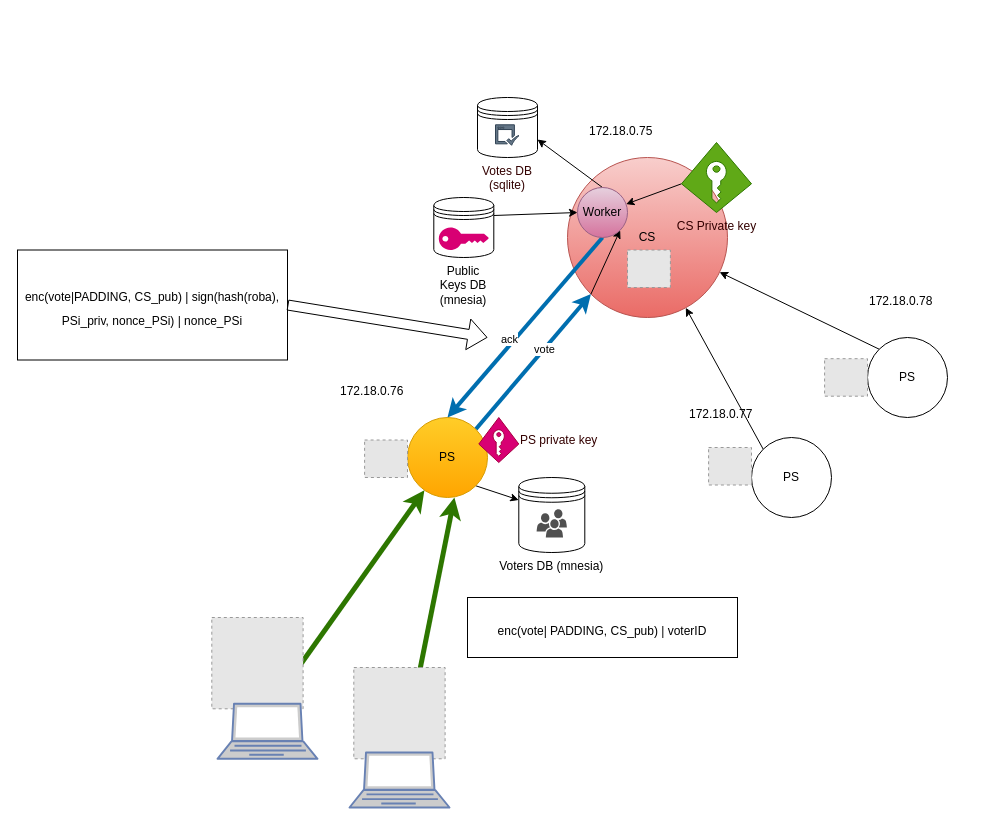
Before: page "Pagina-1" (1 of 2) of diagrams/DVoting_architecture.drawio in MPinna/DVoting, a draw.io diagram. Source tidied: cells renumbered, new cells numbered last; positions are measured from the earlier drawing's top-left corner, leaving out a move shared by most shapes. Both pictures are drawn from the tidied source at 100%, with x=0, y=0 at pixel (17, 97). Pictures stored in the file or linked from it are replaced by grey dashed boxes.
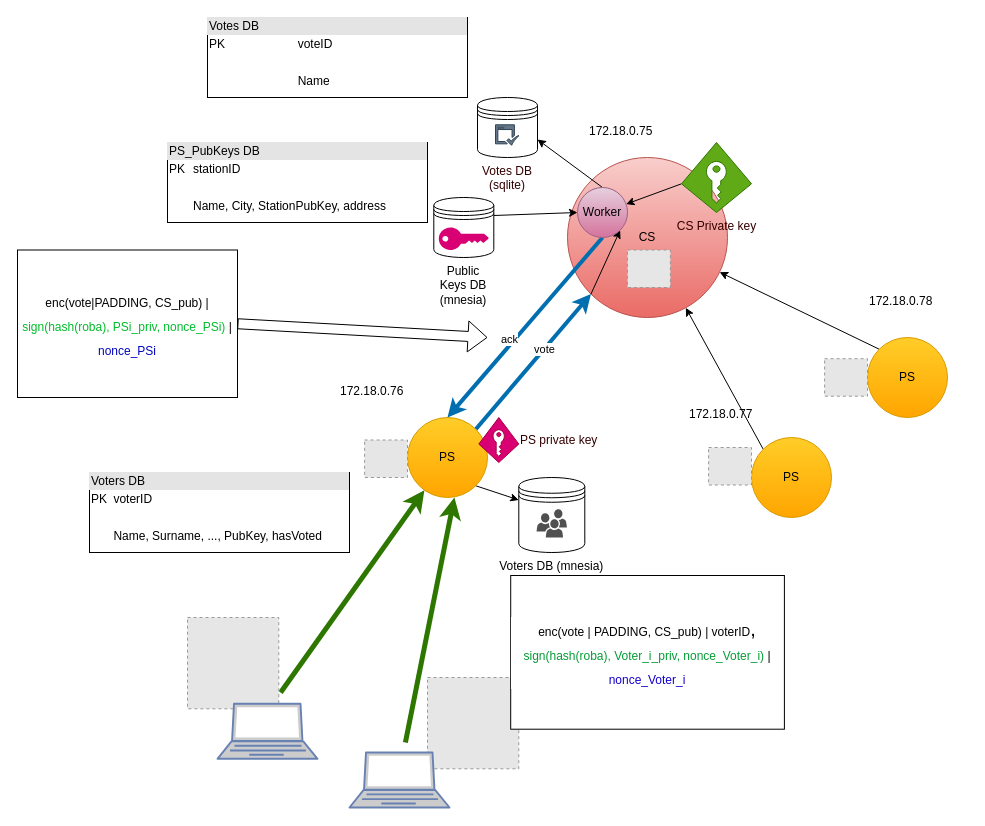
After the change.

Diff of the diagram source:
```diff
@@
-    <mxCell id="5" value="PS" style="ellipse;whiteSpace=wrap;html=1;" parent="1" vertex="1">
+    <mxCell id="5" value="PS" style="ellipse;whiteSpace=wrap;html=1;fillColor=#ffcd28;strokeColor=#d79b00;gradientColor=#ffa500;" parent="1" vertex="1">
       <mxGeometry x="734" y="340" width="80" height="80" as="geometry" />
     </mxCell>
@@
-    <mxCell id="11" value="PS" style="ellipse;whiteSpace=wrap;html=1;" parent="1" vertex="1">
+    <mxCell id="11" value="PS" style="ellipse;whiteSpace=wrap;html=1;fillColor=#ffcd28;strokeColor=#d79b00;gradientColor=#ffa500;" parent="1" vertex="1">
       <mxGeometry x="850" y="240" width="80" height="80" as="geometry" />
     </mxCell>
@@
     <mxCell id="31" style="fillColor=#E6E6E6;strokeColor=#999999;dashed=1;verticalLabelPosition=bottom;labelBackgroundColor=default;verticalAlign=top;" parent="1" vertex="1">
-      <mxGeometry x="194.3" y="520" width="91.3" height="91.3" as="geometry" />
+      <mxGeometry x="170" y="520" width="91.3" height="91.3" as="geometry" />
     </mxCell>
     <mxCell id="32" style="fillColor=#E6E6E6;strokeColor=#999999;dashed=1;verticalLabelPosition=bottom;labelBackgroundColor=default;verticalAlign=top;" parent="1" vertex="1">
-      <mxGeometry x="336.3" y="570" width="91.3" height="91.3" as="geometry" />
+      <mxGeometry x="410" y="580" width="91.3" height="91.3" as="geometry" />
     </mxCell>
-    <mxCell id="33" value="&lt;font style=&quot;font-size: 12px;&quot;&gt;&lt;font style=&quot;font-size: 12px;&quot;&gt;enc(vote|PADDING, CS_pub) | sign(hash(roba), PSi_priv, nonce_PSi) | nonce_PSi&lt;/font&gt;&lt;br&gt;&lt;/font&gt;" style="rounded=0;whiteSpace=wrap;html=1;labelBackgroundColor=default;fontSize=20;" parent="1" vertex="1">
-      <mxGeometry y="152.5" width="270" height="110" as="geometry" />
+    <mxCell id="33" value="&lt;font style=&quot;font-size: 12px;&quot;&gt;&lt;font style=&quot;font-size: 12px;&quot;&gt;enc(vote|PADDING, CS_pub) | &lt;font color=&quot;#00BD2C&quot;&gt;sign(hash(roba), PSi_priv, nonce_PSi)&lt;/font&gt; | &lt;font color=&quot;#0006BD&quot;&gt;nonce_PSi&lt;/font&gt;&lt;/font&gt;&lt;br&gt;&lt;/font&gt;" style="rounded=0;whiteSpace=wrap;html=1;labelBackgroundColor=default;fontSize=20;" parent="1" vertex="1">
+      <mxGeometry y="152.5" width="220" height="147.5" as="geometry" />
     </mxCell>
@@
-    <mxCell id="35" value="&lt;font style=&quot;font-size: 12px;&quot;&gt;&lt;font style=&quot;font-size: 12px;&quot;&gt;enc(vote| PADDING, CS_pub) | voterID &lt;/font&gt;&lt;/font&gt;" style="rounded=0;whiteSpace=wrap;html=1;labelBackgroundColor=default;fontSize=20;" parent="1" vertex="1">
-      <mxGeometry x="450" y="500" width="270" height="60" as="geometry" />
+    <mxCell id="35" value="&lt;div&gt;&lt;font style=&quot;font-size: 12px;&quot;&gt;&lt;font style=&quot;font-size: 12px;&quot;&gt;enc(vote | PADDING, CS_pub) | voterID&lt;/font&gt;&lt;/font&gt;,&lt;/div&gt;&lt;div&gt;&lt;font style=&quot;font-size: 12px;&quot;&gt;&lt;font style=&quot;font-size: 12px;&quot;&gt;&lt;font color=&quot;#059C37&quot;&gt;sign(hash(roba), Voter_i_priv, nonce_Voter_i)&lt;/font&gt; | &lt;/font&gt;&lt;/font&gt;&lt;font style=&quot;font-size: 12px;&quot; color=&quot;#1500CF&quot;&gt;&lt;font style=&quot;font-size: 12px;&quot;&gt;nonce_Voter_i&lt;/font&gt;&lt;/font&gt;&lt;/div&gt;" style="rounded=0;whiteSpace=wrap;html=1;labelBackgroundColor=default;fontSize=20;" parent="1" vertex="1">
+      <mxGeometry x="493.2" y="478" width="273.7" height="153.7" as="geometry" />
     </mxCell>
@@
+    <mxCell id="45" value="&lt;div style=&quot;box-sizing:border-box;width:100%;background:#e4e4e4;padding:2px;&quot;&gt;Voters DB&lt;br&gt;&lt;/div&gt;&lt;table style=&quot;width:100%;font-size:1em;&quot; cellspacing=&quot;0&quot; cellpadding=&quot;2&quot;&gt;&lt;tbody&gt;&lt;tr&gt;&lt;td&gt;PK&lt;/td&gt;&lt;td&gt;voterID&lt;/td&gt;&lt;/tr&gt;&lt;tr&gt;&lt;td&gt;&lt;br&gt;&lt;/td&gt;&lt;td&gt;&lt;br&gt;&lt;/td&gt;&lt;/tr&gt;&lt;tr&gt;&lt;td&gt;&lt;br&gt;&lt;/td&gt;&lt;td&gt;Name, Surname, ..., PubKey, hasVoted&lt;br&gt;&lt;/td&gt;&lt;/tr&gt;&lt;/tbody&gt;&lt;/table&gt;" style="verticalAlign=top;align=left;overflow=fill;html=1;" parent="1" vertex="1">
+      <mxGeometry x="72" y="375" width="260" height="80" as="geometry" />
+    </mxCell>
+    <mxCell id="46" value="&lt;div style=&quot;box-sizing:border-box;width:100%;background:#e4e4e4;padding:2px;&quot;&gt;PS_PubKeys DB&lt;br&gt;&lt;/div&gt;&lt;table style=&quot;width:100%;font-size:1em;&quot; cellspacing=&quot;0&quot; cellpadding=&quot;2&quot;&gt;&lt;tbody&gt;&lt;tr&gt;&lt;td&gt;PK&lt;/td&gt;&lt;td&gt;stationID&lt;/td&gt;&lt;/tr&gt;&lt;tr&gt;&lt;td&gt;&lt;br&gt;&lt;/td&gt;&lt;td&gt;&lt;br&gt;&lt;/td&gt;&lt;/tr&gt;&lt;tr&gt;&lt;td&gt;&lt;br&gt;&lt;/td&gt;&lt;td&gt;Name, City, StationPubKey, address&lt;br&gt;&lt;/td&gt;&lt;/tr&gt;&lt;/tbody&gt;&lt;/table&gt;" style="verticalAlign=top;align=left;overflow=fill;html=1;" parent="1" vertex="1">
+      <mxGeometry x="150" y="45" width="260" height="80" as="geometry" />
+    </mxCell>
+    <mxCell id="47" value="&lt;div style=&quot;box-sizing:border-box;width:100%;background:#e4e4e4;padding:2px;&quot;&gt;Votes DB&lt;br&gt;&lt;/div&gt;&lt;table style=&quot;width:100%;font-size:1em;&quot; cellspacing=&quot;0&quot; cellpadding=&quot;2&quot;&gt;&lt;tbody&gt;&lt;tr&gt;&lt;td&gt;PK&lt;/td&gt;&lt;td&gt;voteID&lt;/td&gt;&lt;/tr&gt;&lt;tr&gt;&lt;td&gt;&lt;br&gt;&lt;/td&gt;&lt;td&gt;&lt;br&gt;&lt;/td&gt;&lt;/tr&gt;&lt;tr&gt;&lt;td&gt;&lt;br&gt;&lt;/td&gt;&lt;td&gt;Name&lt;/td&gt;&lt;/tr&gt;&lt;/tbody&gt;&lt;/table&gt;" style="verticalAlign=top;align=left;overflow=fill;html=1;" parent="1" vertex="1">
+      <mxGeometry x="190" y="-80" width="260" height="80" as="geometry" />
+    </mxCell>
```
